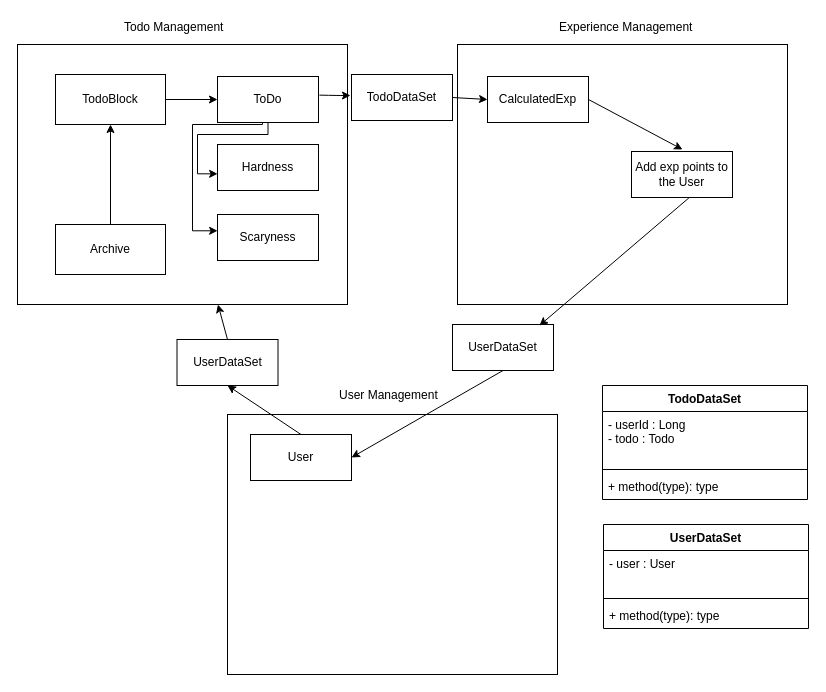
Before: 3projects.drawio in FedosovMax/knight-todo, a draw.io diagram. Source tidied: cells renumbered, new cells numbered last; positions are measured from the earlier drawing's top-left corner, leaving out a move shared by most shapes. Both pictures are drawn from the tidied source at 100%, with x=0, y=0 at pixel (17, 17).
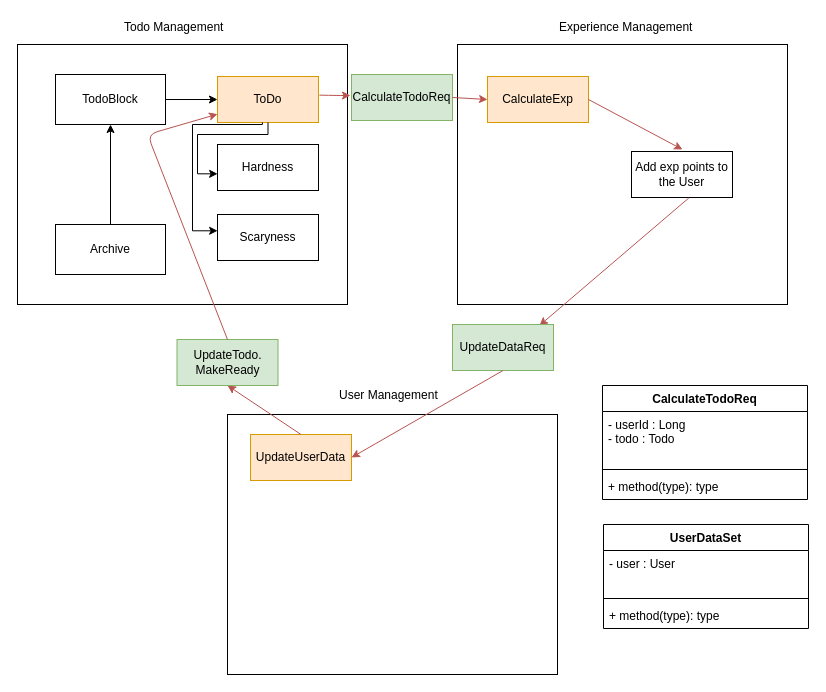
The same diagram, later.

Unchanged cells that the change refers to:
```xml
<mxCell id="2" style="rounded=0;whiteSpace=wrap;html=1;fillColor=none;" parent="1" vertex="1">
  <mxGeometry y="27" width="330" height="260" as="geometry" />
</mxCell>
<mxCell id="23" value="Add exp points to the User" style="rounded=0;whiteSpace=wrap;html=1;fillColor=none;" parent="1" vertex="1">
  <mxGeometry x="614" y="134" width="101" height="46" as="geometry" />
</mxCell>
```

Change to the diagram source:
```diff
@@
-    <mxCell id="10" value="ToDo" style="rounded=0;whiteSpace=wrap;html=1;fillColor=none;" parent="1" vertex="1">
+    <mxCell id="10" value="ToDo" style="rounded=0;whiteSpace=wrap;html=1;fillColor=#ffe6cc;strokeColor=#d79b00;" parent="1" vertex="1">
       <mxGeometry x="200" y="59" width="101" height="46" as="geometry" />
     </mxCell>
@@
-    <mxCell id="13" value="CalculatedExp" style="rounded=0;whiteSpace=wrap;html=1;fillColor=none;" parent="1" vertex="1">
+    <mxCell id="13" value="CalculateExp" style="rounded=0;whiteSpace=wrap;html=1;fillColor=#ffe6cc;strokeColor=#d79b00;" parent="1" vertex="1">
       <mxGeometry x="470" y="59" width="101" height="46" as="geometry" />
     </mxCell>
-    <mxCell id="14" value="TodoDataSet" style="rounded=0;whiteSpace=wrap;html=1;fillColor=none;" parent="1" vertex="1">
+    <mxCell id="14" value="CalculateTodoReq" style="rounded=0;whiteSpace=wrap;html=1;fillColor=#d5e8d4;strokeColor=#82b366;" parent="1" vertex="1">
       <mxGeometry x="334" y="57" width="101" height="46" as="geometry" />
     </mxCell>
@@
-    <mxCell id="19" style="endArrow=classic;html=1;exitX=1.009;exitY=0.405;exitDx=0;exitDy=0;exitPerimeter=0;" parent="1" edge="1" source="10">
+    <mxCell id="19" style="endArrow=classic;html=1;exitX=1.009;exitY=0.405;exitDx=0;exitDy=0;exitPerimeter=0;fillColor=#f8cecc;strokeColor=#b85450;" parent="1" edge="1" source="10">
       <mxGeometry relative="1" as="geometry">
         <mxPoint x="333" y="78" as="targetPoint" />
         <Array as="points">
           <mxPoint x="320" y="78" />
         </Array>
       </mxGeometry>
     </mxCell>
-    <mxCell id="20" style="endArrow=classic;html=1;exitX=1;exitY=0.5;exitDx=0;exitDy=0;entryX=0;entryY=0.5;entryDx=0;entryDy=0;" parent="1" edge="1" source="14" target="13">
+    <mxCell id="20" style="endArrow=classic;html=1;exitX=1;exitY=0.5;exitDx=0;exitDy=0;entryX=0;entryY=0.5;entryDx=0;entryDy=0;fillColor=#f8cecc;strokeColor=#b85450;" parent="1" edge="1" source="14" target="13">
       <mxGeometry relative="1" as="geometry" />
     </mxCell>
-    <mxCell id="21" value="User" style="rounded=0;whiteSpace=wrap;html=1;fillColor=none;" parent="1" vertex="1">
+    <mxCell id="21" value="UpdateUserData" style="rounded=0;whiteSpace=wrap;html=1;fillColor=#ffe6cc;strokeColor=#d79b00;" parent="1" vertex="1">
       <mxGeometry x="233" y="417" width="101" height="46" as="geometry" />
     </mxCell>
-    <mxCell id="22" style="endArrow=classic;html=1;exitX=0.5;exitY=0;exitDx=0;exitDy=0;entryX=0.5;entryY=1;entryDx=0;entryDy=0;" parent="1" edge="1" source="21" target="26">
+    <mxCell id="22" style="endArrow=classic;html=1;exitX=0.5;exitY=0;exitDx=0;exitDy=0;entryX=0.5;entryY=1;entryDx=0;entryDy=0;fillColor=#f8cecc;strokeColor=#b85450;" parent="1" edge="1" source="21" target="26">
       <mxGeometry relative="1" as="geometry" />
     </mxCell>
@@
-    <mxCell id="24" style="endArrow=classic;html=1;exitX=0.568;exitY=1.009;exitDx=0;exitDy=0;exitPerimeter=0;entryX=0.861;entryY=0.022;entryDx=0;entryDy=0;entryPerimeter=0;" parent="1" edge="1" source="23" target="27">
+    <mxCell id="24" style="endArrow=classic;html=1;exitX=0.568;exitY=1.009;exitDx=0;exitDy=0;exitPerimeter=0;entryX=0.861;entryY=0.022;entryDx=0;entryDy=0;entryPerimeter=0;fillColor=#f8cecc;strokeColor=#b85450;" parent="1" edge="1" source="23" target="27">
       <mxGeometry relative="1" as="geometry" />
     </mxCell>
-    <mxCell id="25" style="endArrow=classic;html=1;exitX=1;exitY=0.5;exitDx=0;exitDy=0;" parent="1" edge="1" source="13">
+    <mxCell id="25" style="endArrow=classic;html=1;exitX=1;exitY=0.5;exitDx=0;exitDy=0;fillColor=#f8cecc;strokeColor=#b85450;" parent="1" edge="1" source="13">
       <mxGeometry relative="1" as="geometry">
         <mxPoint x="665" y="132" as="targetPoint" />
       </mxGeometry>
     </mxCell>
-    <mxCell id="26" value="UserDataSet" style="rounded=0;whiteSpace=wrap;html=1;fillColor=none;" parent="1" vertex="1">
+    <mxCell id="26" value="UpdateTodo. MakeReady" style="rounded=0;whiteSpace=wrap;html=1;fillColor=#d5e8d4;strokeColor=#82b366;" parent="1" vertex="1">
       <mxGeometry x="159.5" y="322" width="101" height="46" as="geometry" />
     </mxCell>
-    <mxCell id="27" value="UserDataSet" style="rounded=0;whiteSpace=wrap;html=1;fillColor=none;" parent="1" vertex="1">
+    <mxCell id="27" value="UpdateDataReq" style="rounded=0;whiteSpace=wrap;html=1;fillColor=#d5e8d4;strokeColor=#82b366;" parent="1" vertex="1">
       <mxGeometry x="435" y="307" width="101" height="46" as="geometry" />
     </mxCell>
-    <mxCell id="28" style="endArrow=classic;html=1;exitX=0.5;exitY=0;exitDx=0;exitDy=0;" parent="1" edge="1" source="26" target="2">
-      <mxGeometry relative="1" as="geometry" />
+    <mxCell id="28" style="endArrow=classic;html=1;exitX=0.5;exitY=0;exitDx=0;exitDy=0;fillColor=#f8cecc;strokeColor=#b85450;" parent="1" edge="1" source="26" target="10">
+      <mxGeometry relative="1" as="geometry">
+        <Array as="points">
+          <mxPoint x="130" y="117" />
+        </Array>
+      </mxGeometry>
     </mxCell>
-    <mxCell id="29" style="endArrow=classic;html=1;exitX=0.5;exitY=1;exitDx=0;exitDy=0;entryX=1;entryY=0.5;entryDx=0;entryDy=0;" parent="1" edge="1" source="27" target="21">
+    <mxCell id="29" style="endArrow=classic;html=1;exitX=0.5;exitY=1;exitDx=0;exitDy=0;entryX=1;entryY=0.5;entryDx=0;entryDy=0;fillColor=#f8cecc;strokeColor=#b85450;" parent="1" edge="1" source="27" target="21">
       <mxGeometry relative="1" as="geometry" />
     </mxCell>
-    <mxCell id="30" value="TodoDataSet" style="swimlane;fontStyle=1;align=center;verticalAlign=top;horizontal=1;startSize=26;" parent="1" vertex="1">
+    <mxCell id="30" value="CalculateTodoReq" style="swimlane;fontStyle=1;align=center;verticalAlign=top;horizontal=1;startSize=26;" parent="1" vertex="1">
       <mxGeometry x="585" y="368" width="205" height="114" as="geometry" />
     </mxCell>
```
